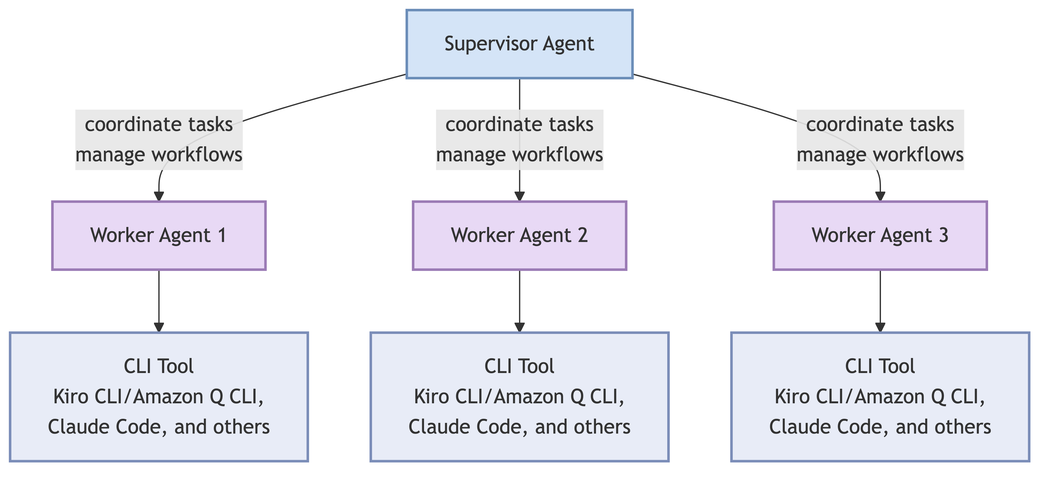
plauzy/cli-agent-orchestrator keeps this Mermaid diagram as docs/assets/cao_architecture.png. Above is the earlier version. Its source is kept beside it as docs/assets/cao_architecture.mmd.
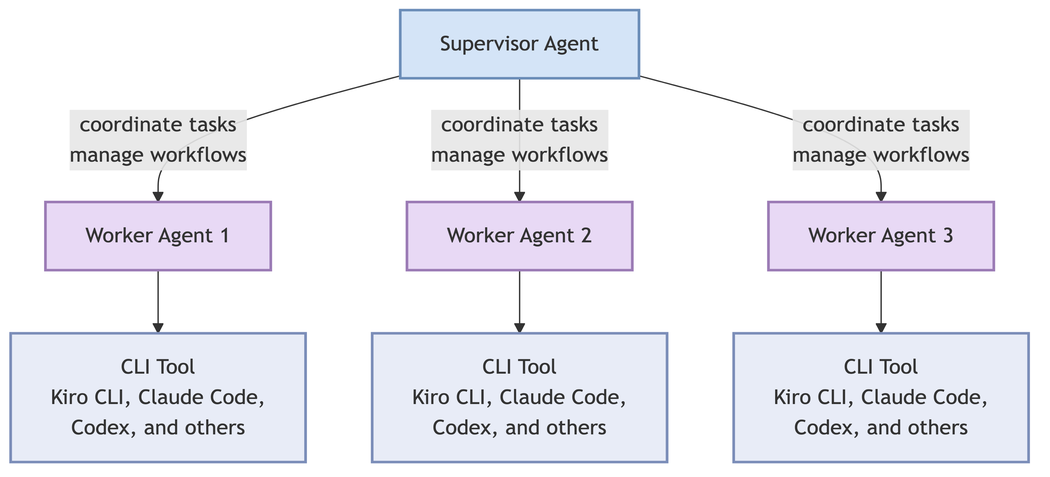
Above is the later version.

The edit, as a diff of the source:
```diff
@@ -5,9 +5,9 @@
     A -->|coordinate tasks<br/>manage workflows| C[Worker Agent 2]
     A -->|coordinate tasks<br/>manage workflows| D[Worker Agent 3]
 
-    B --> E[CLI Tool<br/>Kiro CLI/Amazon Q CLI,<br/>Claude Code, and others]
-    C --> F[CLI Tool<br/>Kiro CLI/Amazon Q CLI,<br/>Claude Code, and others]
-    D --> G[CLI Tool<br/>Kiro CLI/Amazon Q CLI,<br/>Claude Code, and others]
+    B --> E[CLI Tool<br/>Kiro CLI, Claude Code,<br/>Codex, and others]
+    C --> F[CLI Tool<br/>Kiro CLI, Claude Code,<br/>Codex, and others]
+    D --> G[CLI Tool<br/>Kiro CLI, Claude Code,<br/>Codex, and others]
 
     style A fill:#d4e4f7,stroke:#6b8db8,stroke-width:2px
     style B fill:#e8d9f5,stroke:#9b7bb5,stroke-width:2px
```
